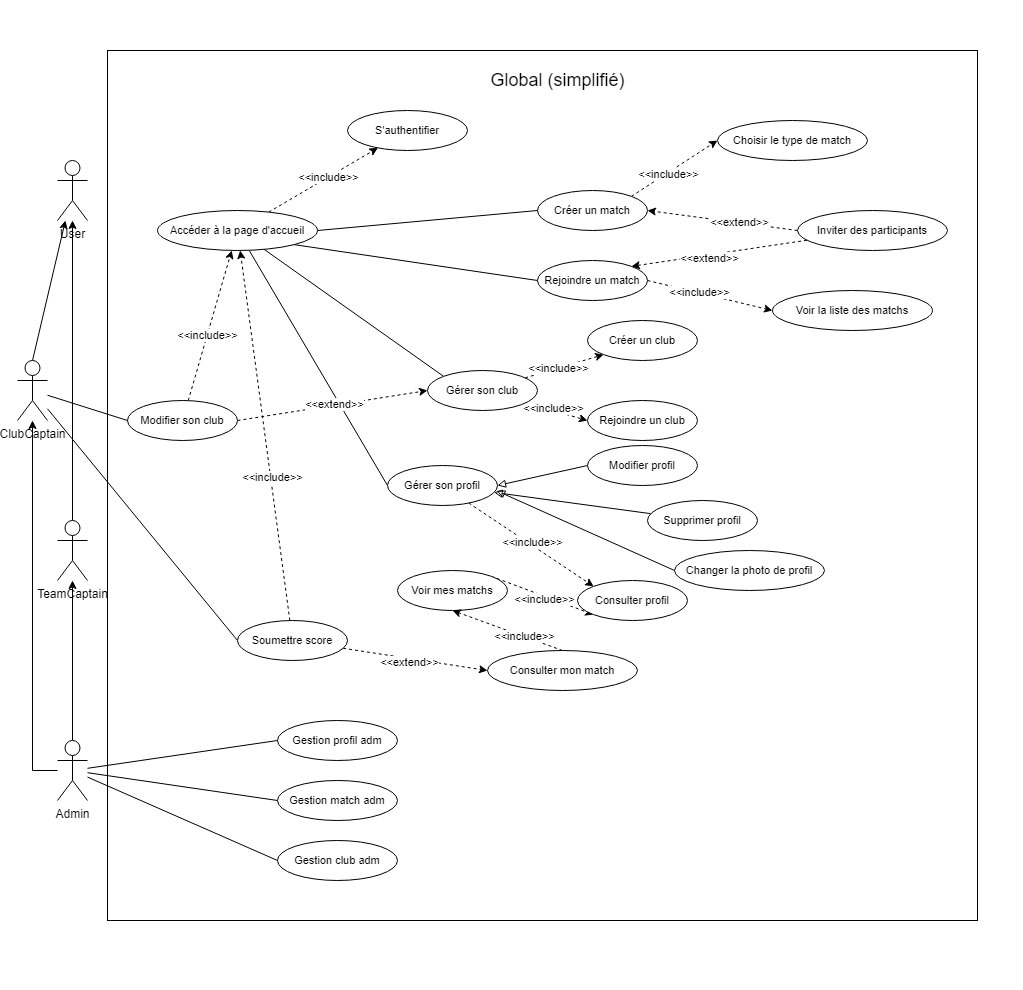
Earlier version of the draw.io export Diagram use case Global simplifié.drawio.png (Mathistrg/Styx). Source tidied: cells renumbered, new cells last; positions are measured from the earlier drawing's top-left corner, leaving out a move shared by most shapes.
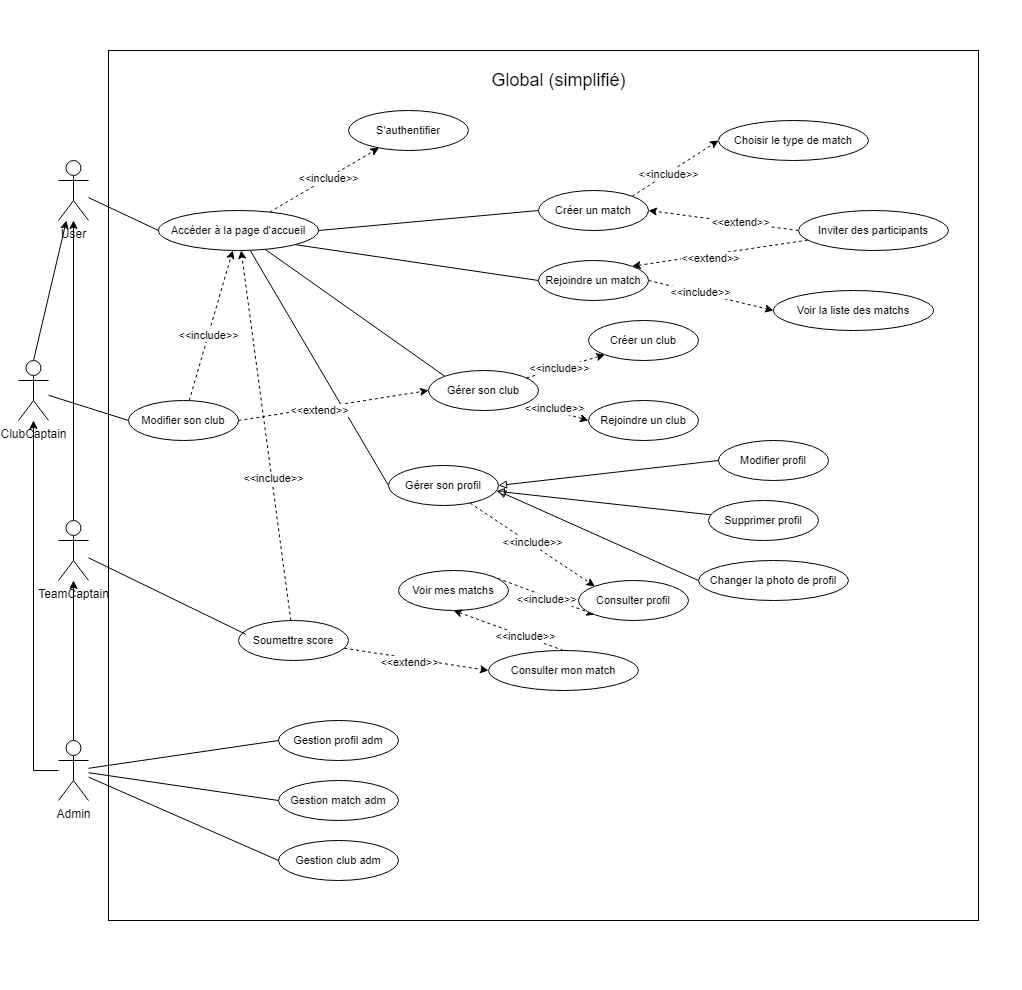
After the commit.

Commit message:
Mettre à jour Diagram use case Global simplifié.drawio.png

Change to the diagram source:
```diff
@@ -14,15 +14,15 @@
     <mxCell id="5" style="rounded=0;jettySize=auto;html=1;endArrow=none;endFill=0;entryX=0.5;entryY=0;entryDx=0;entryDy=0;entryPerimeter=0;startArrow=classic;startFill=1;" parent="1" edge="1" source="6" target="9">
       <mxGeometry relative="1" as="geometry" />
     </mxCell>
+    <mxCell id="75" style="rounded=0;jettySize=auto;html=1;entryX=0;entryY=0.5;entryDx=0;entryDy=0;endArrow=none;endFill=0;" parent="1" edge="1" source="6" target="28">
+      <mxGeometry relative="1" as="geometry" />
+    </mxCell>
     <mxCell id="6" value="User" style="shape=umlActor;verticalLabelPosition=bottom;verticalAlign=top;html=1;outlineConnect=0;" parent="1" vertex="1">
       <mxGeometry x="40" y="160" width="30" height="60" as="geometry" />
     </mxCell>
     <mxCell id="7" style="edgeStyle=none;shape=connector;rounded=0;jettySize=auto;html=1;entryX=0;entryY=0.5;entryDx=0;entryDy=0;strokeColor=default;align=center;verticalAlign=middle;fontFamily=Helvetica;fontSize=11;fontColor=default;labelBackgroundColor=default;endArrow=none;endFill=0;" parent="1" edge="1" source="9" target="53">
       <mxGeometry relative="1" as="geometry" />
     </mxCell>
-    <mxCell id="8" style="edgeStyle=none;shape=connector;rounded=0;jettySize=auto;html=1;entryX=0;entryY=0.5;entryDx=0;entryDy=0;strokeColor=default;align=center;verticalAlign=middle;fontFamily=Helvetica;fontSize=11;fontColor=default;labelBackgroundColor=default;endArrow=none;endFill=0;" parent="1" edge="1" source="9" target="72">
-      <mxGeometry relative="1" as="geometry" />
-    </mxCell>
     <mxCell id="9" value="ClubCaptain" style="shape=umlActor;verticalLabelPosition=bottom;verticalAlign=top;html=1;outlineConnect=0;" parent="1" vertex="1">
       <mxGeometry y="360" width="30" height="60" as="geometry" />
     </mxCell>
@@ -140,7 +140,9 @@
       <mxGeometry relative="1" as="geometry" />
     </mxCell>
     <mxCell id="47" value="&amp;lt;&amp;lt;extend&amp;gt;&amp;gt;" style="edgeLabel;html=1;align=center;verticalAlign=middle;fontFamily=Helvetica;fontSize=11;fontColor=default;labelBackgroundColor=default;" parent="46" vertex="1">
-      <mxGeometry x="0.01" y="1" relative="1" as="geometry" />
+      <mxGeometry x="0.01" y="1" relative="1" as="geometry">
+        <mxPoint x="-15" y="6" as="offset" />
+      </mxGeometry>
     </mxCell>
     <mxCell id="48" value="Gérer son club" style="ellipse;whiteSpace=wrap;html=1;fontFamily=Helvetica;fontSize=11;fontColor=default;labelBackgroundColor=default;" parent="1" vertex="1">
       <mxGeometry x="410" y="370" width="110" height="40" as="geometry" />
@@ -185,10 +187,10 @@
       <mxGeometry relative="1" as="geometry" />
     </mxCell>
     <mxCell id="62" value="Modifier profil" style="ellipse;whiteSpace=wrap;html=1;fontFamily=Helvetica;fontSize=11;fontColor=default;labelBackgroundColor=default;" parent="1" vertex="1">
-      <mxGeometry x="570" y="445" width="110" height="40" as="geometry" />
+      <mxGeometry x="700" y="440" width="110" height="40" as="geometry" />
     </mxCell>
     <mxCell id="63" value="Changer la photo de profil" style="ellipse;whiteSpace=wrap;html=1;fontFamily=Helvetica;fontSize=11;fontColor=default;labelBackgroundColor=default;" parent="1" vertex="1">
-      <mxGeometry x="657" y="550" width="150" height="40" as="geometry" />
+      <mxGeometry x="680" y="560" width="150" height="40" as="geometry" />
     </mxCell>
     <mxCell id="64" value="Voir mes matchs" style="ellipse;whiteSpace=wrap;html=1;fontFamily=Helvetica;fontSize=11;fontColor=default;labelBackgroundColor=default;" parent="1" vertex="1">
       <mxGeometry x="380" y="570" width="110" height="40" as="geometry" />
@@ -223,7 +225,10 @@
       <mxGeometry relative="1" as="geometry" />
     </mxCell>
     <mxCell id="74" value="Supprimer profil" style="ellipse;whiteSpace=wrap;html=1;fontFamily=Helvetica;fontSize=11;fontColor=default;labelBackgroundColor=default;" parent="1" vertex="1">
-      <mxGeometry x="630" y="500" width="110" height="40" as="geometry" />
+      <mxGeometry x="690" y="500" width="110" height="40" as="geometry" />
     </mxCell>
+    <mxCell id="76" style="rounded=0;jettySize=auto;html=1;entryX=0.067;entryY=0.345;entryDx=0;entryDy=0;entryPerimeter=0;endArrow=none;endFill=0;" parent="1" edge="1" source="20" target="72">
+      <mxGeometry relative="1" as="geometry" />
+    </mxCell>
   </root>
 </mxGraphModel>
```
